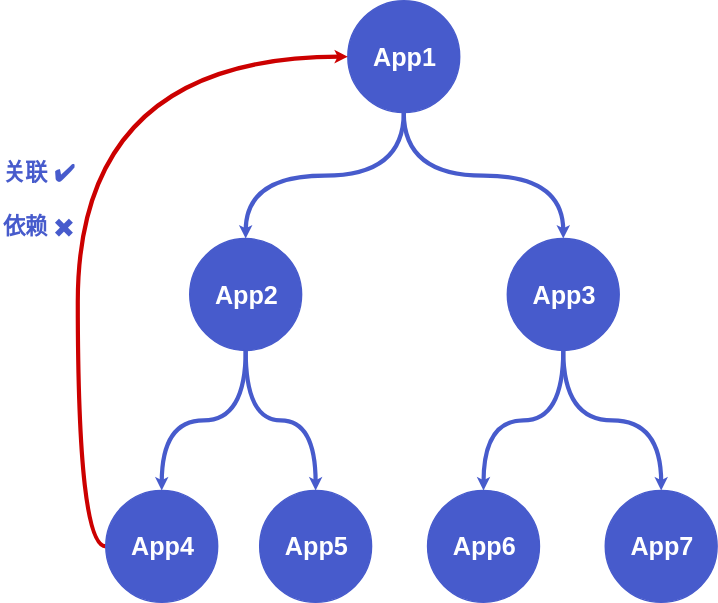
Above: images/circle.drawio.svg in ralliejs/docs (draw.io), before the change. Source tidied: cells renumbered, new cells last; positions are measured from the earlier drawing's top-left corner, leaving out a move shared by most shapes.
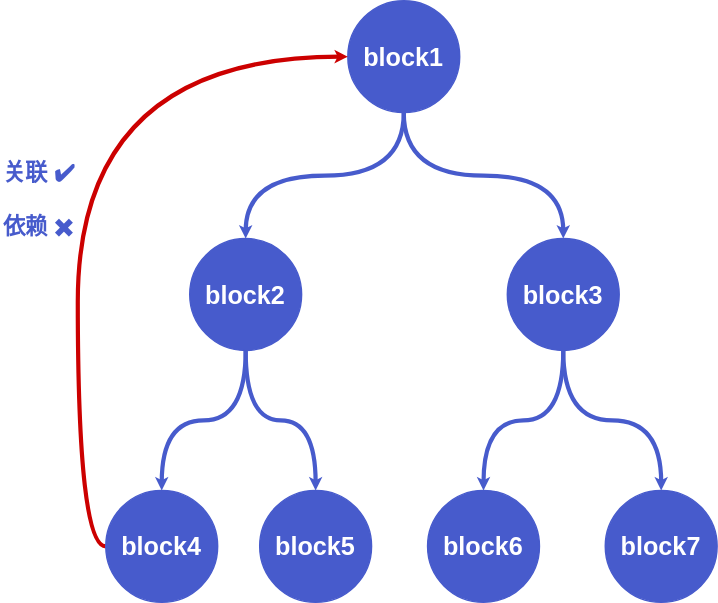
After the change.

What changed in the source:
```diff
@@ -8,13 +8,13 @@
     <mxCell id="3" style="edgeStyle=orthogonalEdgeStyle;rounded=0;jettySize=auto;html=1;exitX=0.5;exitY=1;exitDx=0;exitDy=0;curved=1;strokeWidth=3;strokeColor=#475BCC;endSize=0;startSize=0;" parent="1" edge="1" source="4" target="9">
       <mxGeometry relative="1" as="geometry" />
     </mxCell>
-    <mxCell id="4" value="App1" style="ellipse;whiteSpace=wrap;html=1;fillColor=#475BCC;strokeColor=#475BCC;fontColor=#FFFFFF;fontStyle=1;fontSize=18;" parent="1" vertex="1">
+    <mxCell id="4" value="block1" style="ellipse;whiteSpace=wrap;html=1;fillColor=#475BCC;strokeColor=#475BCC;fontColor=#FFFFFF;fontStyle=1;fontSize=18;" parent="1" vertex="1">
       <mxGeometry x="248" width="80" height="80" as="geometry" />
     </mxCell>
     <mxCell id="5" style="edgeStyle=orthogonalEdgeStyle;rounded=0;jettySize=auto;html=1;exitX=0.5;exitY=1;exitDx=0;exitDy=0;curved=1;strokeWidth=3;strokeColor=#475BCC;endSize=0;startSize=0;" parent="1" edge="1" source="6" target="11">
       <mxGeometry relative="1" as="geometry" />
     </mxCell>
-    <mxCell id="6" value="App2" style="ellipse;whiteSpace=wrap;html=1;fillColor=#475BCC;strokeColor=#475BCC;fontColor=#FFFFFF;fontStyle=1;fontSize=18;" parent="1" vertex="1">
+    <mxCell id="6" value="block2" style="ellipse;whiteSpace=wrap;html=1;fillColor=#475BCC;strokeColor=#475BCC;fontColor=#FFFFFF;fontStyle=1;fontSize=18;" parent="1" vertex="1">
       <mxGeometry x="135" y="170" width="80" height="80" as="geometry" />
     </mxCell>
     <mxCell id="7" style="edgeStyle=orthogonalEdgeStyle;rounded=0;jettySize=auto;html=1;exitX=0.5;exitY=1;exitDx=0;exitDy=0;startArrow=none;startFill=0;endArrow=classic;endFill=1;curved=1;strokeWidth=3;strokeColor=#475BCC;endSize=0;startSize=0;" parent="1" edge="1" source="9" target="14">
@@ -23,25 +23,25 @@
     <mxCell id="8" style="edgeStyle=orthogonalEdgeStyle;rounded=0;jettySize=auto;html=1;exitX=0.5;exitY=1;exitDx=0;exitDy=0;entryX=0.5;entryY=0;entryDx=0;entryDy=0;startArrow=none;startFill=0;endArrow=classic;endFill=1;curved=1;strokeWidth=3;strokeColor=#475BCC;endSize=0;startSize=0;" parent="1" edge="1" source="9" target="15">
       <mxGeometry relative="1" as="geometry" />
     </mxCell>
-    <mxCell id="9" value="App3" style="ellipse;whiteSpace=wrap;html=1;fillColor=#475BCC;strokeColor=#475BCC;fontColor=#FFFFFF;fontStyle=1;fontSize=18;" parent="1" vertex="1">
+    <mxCell id="9" value="block3" style="ellipse;whiteSpace=wrap;html=1;fillColor=#475BCC;strokeColor=#475BCC;fontColor=#FFFFFF;fontStyle=1;fontSize=18;" parent="1" vertex="1">
       <mxGeometry x="362" y="170" width="80" height="80" as="geometry" />
     </mxCell>
     <mxCell id="10" style="edgeStyle=orthogonalEdgeStyle;curved=1;rounded=0;jettySize=auto;html=1;exitX=0;exitY=0.5;exitDx=0;exitDy=0;entryX=0;entryY=0.5;entryDx=0;entryDy=0;startArrow=none;startFill=0;startSize=0;endArrow=classic;endFill=1;endSize=0;strokeColor=#CC0000;strokeWidth=3;fontSize=25;fontColor=#FFFFFF;" parent="1" edge="1" source="11" target="4">
       <mxGeometry relative="1" as="geometry" />
     </mxCell>
-    <mxCell id="11" value="App4" style="ellipse;whiteSpace=wrap;html=1;fillColor=#475BCC;strokeColor=#475BCC;fontColor=#FFFFFF;fontStyle=1;fontSize=18;" parent="1" vertex="1">
+    <mxCell id="11" value="block4" style="ellipse;whiteSpace=wrap;html=1;fillColor=#475BCC;strokeColor=#475BCC;fontColor=#FFFFFF;fontStyle=1;fontSize=18;" parent="1" vertex="1">
       <mxGeometry x="75" y="350" width="80" height="80" as="geometry" />
     </mxCell>
     <mxCell id="12" style="edgeStyle=orthogonalEdgeStyle;rounded=0;jettySize=auto;html=1;exitX=0.5;exitY=0;exitDx=0;exitDy=0;entryX=0.5;entryY=1;entryDx=0;entryDy=0;startArrow=classic;startFill=1;endArrow=none;endFill=0;curved=1;strokeWidth=3;strokeColor=#475BCC;endSize=0;startSize=0;" parent="1" edge="1" source="13" target="6">
       <mxGeometry relative="1" as="geometry" />
     </mxCell>
-    <mxCell id="13" value="App5" style="ellipse;whiteSpace=wrap;html=1;fillColor=#475BCC;strokeColor=#475BCC;fontColor=#FFFFFF;fontStyle=1;fontSize=18;" parent="1" vertex="1">
+    <mxCell id="13" value="block5" style="ellipse;whiteSpace=wrap;html=1;fillColor=#475BCC;strokeColor=#475BCC;fontColor=#FFFFFF;fontStyle=1;fontSize=18;" parent="1" vertex="1">
       <mxGeometry x="185" y="350" width="80" height="80" as="geometry" />
     </mxCell>
-    <mxCell id="14" value="App6" style="ellipse;whiteSpace=wrap;html=1;fillColor=#475BCC;strokeColor=#475BCC;fontColor=#FFFFFF;fontStyle=1;fontSize=18;" parent="1" vertex="1">
+    <mxCell id="14" value="block6" style="ellipse;whiteSpace=wrap;html=1;fillColor=#475BCC;strokeColor=#475BCC;fontColor=#FFFFFF;fontStyle=1;fontSize=18;" parent="1" vertex="1">
       <mxGeometry x="305" y="350" width="80" height="80" as="geometry" />
     </mxCell>
-    <mxCell id="15" value="App7" style="ellipse;whiteSpace=wrap;html=1;fillColor=#475BCC;strokeColor=#475BCC;fontColor=#FFFFFF;fontStyle=1;fontSize=18;" parent="1" vertex="1">
+    <mxCell id="15" value="block7" style="ellipse;whiteSpace=wrap;html=1;fillColor=#475BCC;strokeColor=#475BCC;fontColor=#FFFFFF;fontStyle=1;fontSize=18;" parent="1" vertex="1">
       <mxGeometry x="432" y="350" width="80" height="80" as="geometry" />
     </mxCell>
     <mxCell id="16" value="&lt;span style=&quot;color: rgb(71 , 91 , 204) ; font-size: 16px ; font-weight: 700&quot;&gt;关联 ✔️&lt;br&gt;&lt;/span&gt;&lt;span style=&quot;color: rgb(71 , 91 , 204) ; font-size: 16px ; font-weight: 700&quot;&gt;&lt;br&gt;依赖 ✖️&lt;/span&gt;" style="text;html=1;align=left;verticalAlign=top;spacingTop=-4;" parent="1" vertex="1">
```
